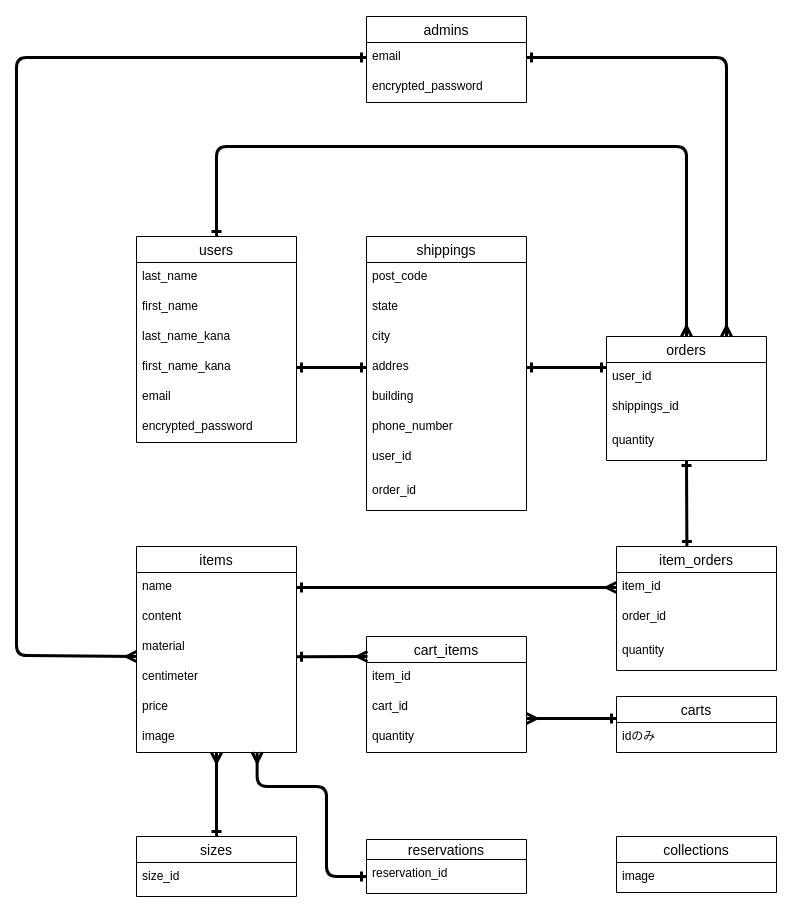
The draw.io diagram er.dio in ap0424ts/nuax_official, before the edit. Source tidied: cells renumbered, new cells numbered last; positions are measured from the earlier drawing's top-left corner, leaving out a move shared by most shapes. Both pictures are drawn from the tidied source at 100%, with x=0, y=0 at pixel (16, 16).
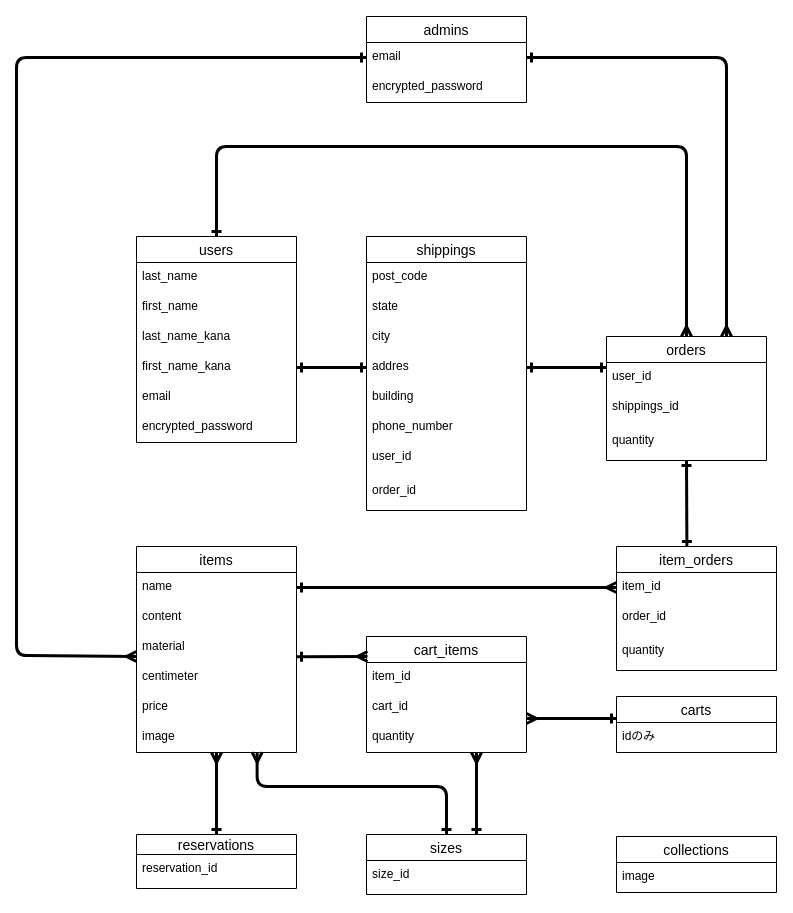
The same page after the edit.

The change refers to these unchanged cells:
```xml
<mxCell id="9" value="items" style="swimlane;fontStyle=0;horizontal=1;startSize=26;align=center;fontSize=14;" parent="1" vertex="1">
  <mxGeometry x="120" y="530" width="160" height="206" as="geometry" />
</mxCell>
<mxCell id="15" value="image" style="text;strokeColor=none;fillColor=none;spacingLeft=4;spacingRight=4;overflow=hidden;points=[[0,0.5],[1,0.5]];portConstraint=eastwest;fontSize=12;" parent="9" vertex="1">
  <mxGeometry y="176" width="160" height="30" as="geometry" />
</mxCell>
<mxCell id="53" value="reservation_id" style="text;strokeColor=none;fillColor=none;spacingLeft=4;spacingRight=4;overflow=hidden;points=[[0,0.5],[1,0.5]];portConstraint=eastwest;fontSize=12;" parent="52" vertex="1">
  <mxGeometry y="20" width="160" height="34" as="geometry" />
</mxCell>
```

Change to the diagram source:
```diff
@@
     <mxCell id="25" value="sizes" style="swimlane;fontStyle=0;horizontal=1;startSize=26;align=center;fontSize=14;" parent="1" vertex="1">
-      <mxGeometry x="120" y="820" width="160" height="60" as="geometry" />
+      <mxGeometry x="350" y="818" width="160" height="60" as="geometry" />
     </mxCell>
@@
-    <mxCell id="33" style="fontSize=12;html=1;endArrow=ERmany;startArrow=ERone;strokeWidth=3;startFill=0;exitX=0.5;exitY=0;exitDx=0;exitDy=0;entryX=0.5;entryY=1;entryDx=0;entryDy=0;" parent="1" edge="1" source="25" target="9">
+    <mxCell id="33" style="fontSize=12;html=1;endArrow=ERmany;startArrow=ERone;strokeWidth=3;startFill=0;entryX=0.5;entryY=1;entryDx=0;entryDy=0;exitX=0.5;exitY=0;exitDx=0;exitDy=0;" parent="1" edge="1" source="52" target="9">
       <mxGeometry relative="1" as="geometry" />
     </mxCell>
@@
     <mxCell id="52" value="reservations" style="swimlane;fontStyle=0;horizontal=1;startSize=20;align=center;fontSize=14;" parent="1" vertex="1">
-      <mxGeometry x="350" y="823" width="160" height="54" as="geometry" />
+      <mxGeometry x="120" y="818" width="160" height="54" as="geometry" />
     </mxCell>
@@
-    <mxCell id="54" style="fontSize=12;html=1;endArrow=ERmany;startArrow=ERone;strokeWidth=3;startFill=0;edgeStyle=orthogonalEdgeStyle;entryX=0.754;entryY=0.991;entryDx=0;entryDy=0;entryPerimeter=0;" parent="1" edge="1" source="53" target="15">
+    <mxCell id="54" style="fontSize=12;html=1;endArrow=ERmany;startArrow=ERone;strokeWidth=3;startFill=0;edgeStyle=orthogonalEdgeStyle;entryX=0.754;entryY=0.991;entryDx=0;entryDy=0;entryPerimeter=0;exitX=0.5;exitY=0;exitDx=0;exitDy=0;" parent="1" edge="1" source="25" target="15">
       <mxGeometry relative="1" as="geometry">
         <Array as="points">
-          <mxPoint x="310" y="860" />
-          <mxPoint x="310" y="770" />
+          <mxPoint x="430" y="770" />
           <mxPoint x="241" y="770" />
         </Array>
       </mxGeometry>
     </mxCell>
@@
+    <mxCell id="60" style="fontSize=12;html=1;endArrow=ERmany;startArrow=ERone;strokeWidth=3;startFill=0;entryX=0.5;entryY=1;entryDx=0;entryDy=0;exitX=0.5;exitY=0;exitDx=0;exitDy=0;" parent="1" edge="1">
+      <mxGeometry relative="1" as="geometry">
+        <mxPoint x="460" y="818" as="sourcePoint" />
+        <mxPoint x="460" y="736" as="targetPoint" />
+      </mxGeometry>
+    </mxCell>
```
